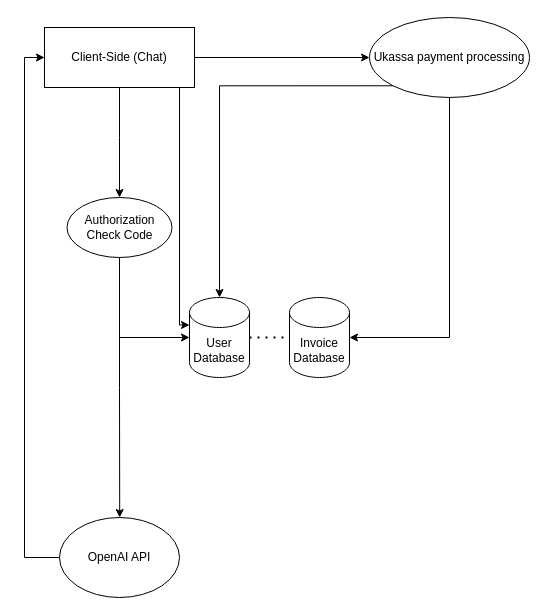
The draw.io diagram Untitled Diagram.drawio in vadimpavliukevich/GPT, before the edit. Source tidied: cells renumbered, new cells numbered last; positions are measured from the earlier drawing's top-left corner, leaving out a move shared by most shapes. Both pictures are drawn from the tidied source at 100%, with x=0, y=0 at pixel (44, 17).
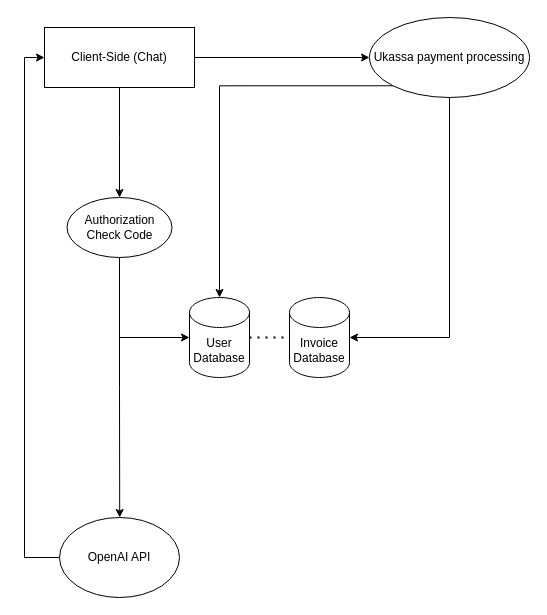
The same diagram, later.

Unchanged cells that the change refers to:
```xml
<mxCell id="5" value="Client-Side (Chat)" style="rounded=0;whiteSpace=wrap;html=1;" parent="1" vertex="1">
  <mxGeometry y="10" width="150" height="60" as="geometry" />
</mxCell>
<mxCell id="13" value="User Database" style="shape=cylinder3;whiteSpace=wrap;html=1;boundedLbl=1;backgroundOutline=1;size=15;" parent="1" vertex="1">
  <mxGeometry x="145" y="280" width="60" height="80" as="geometry" />
</mxCell>
```

The edit, as a diff of the source:
```diff
@@
-    <mxCell id="4" style="edgeStyle=orthogonalEdgeStyle;rounded=0;jettySize=auto;html=1;exitX=0.75;exitY=1;exitDx=0;exitDy=0;entryX=0;entryY=0;entryDx=0;entryDy=27.5;entryPerimeter=0;" parent="1" edge="1" source="5" target="13">
-      <mxGeometry relative="1" as="geometry">
-        <Array as="points">
-          <mxPoint x="135" y="70" />
-          <mxPoint x="135" y="308" />
-        </Array>
-      </mxGeometry>
-    </mxCell>
```
